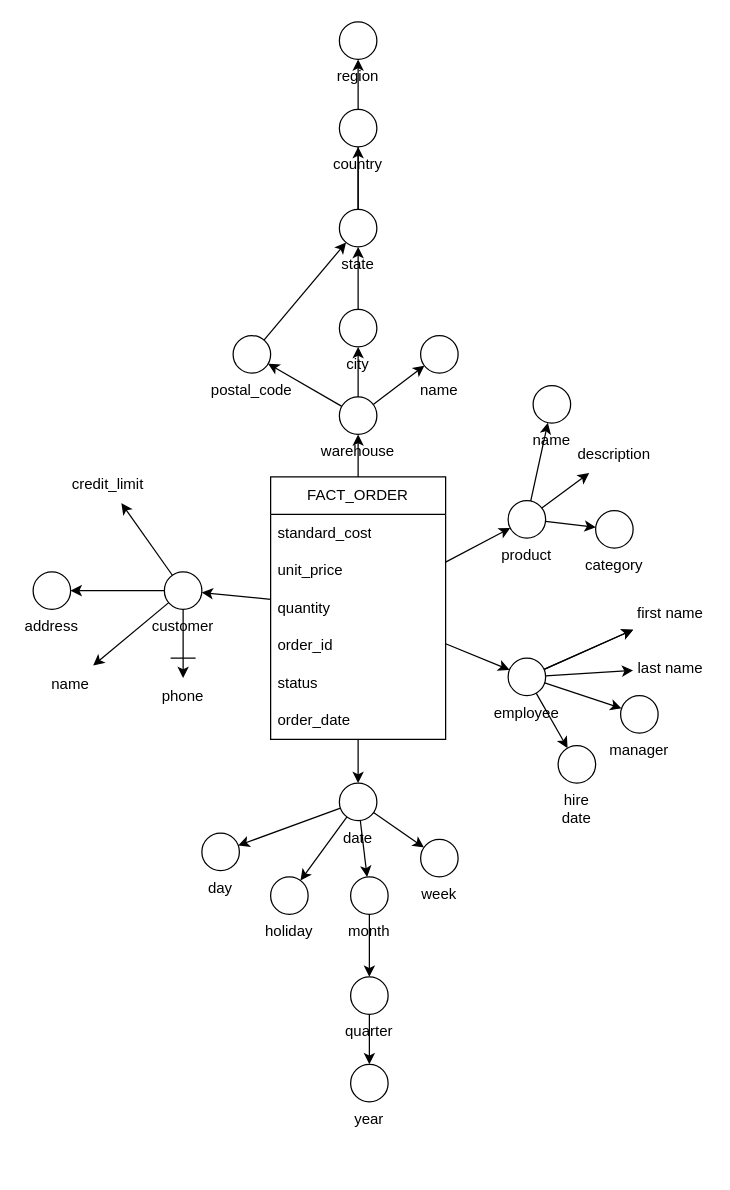
joaobraganca555/GlobalTech_ETL keeps this draw.io diagram as page "ORDER_FACTS" (1 of 4) of docs/DFM.drawio. Above is the earlier version. Source tidied: cells renumbered, new cells numbered last; positions are measured from the earlier drawing's top-left corner, leaving out a move shared by most shapes. Both pictures are drawn from the tidied source at 125%, with x=0, y=0 at pixel (32, 21).
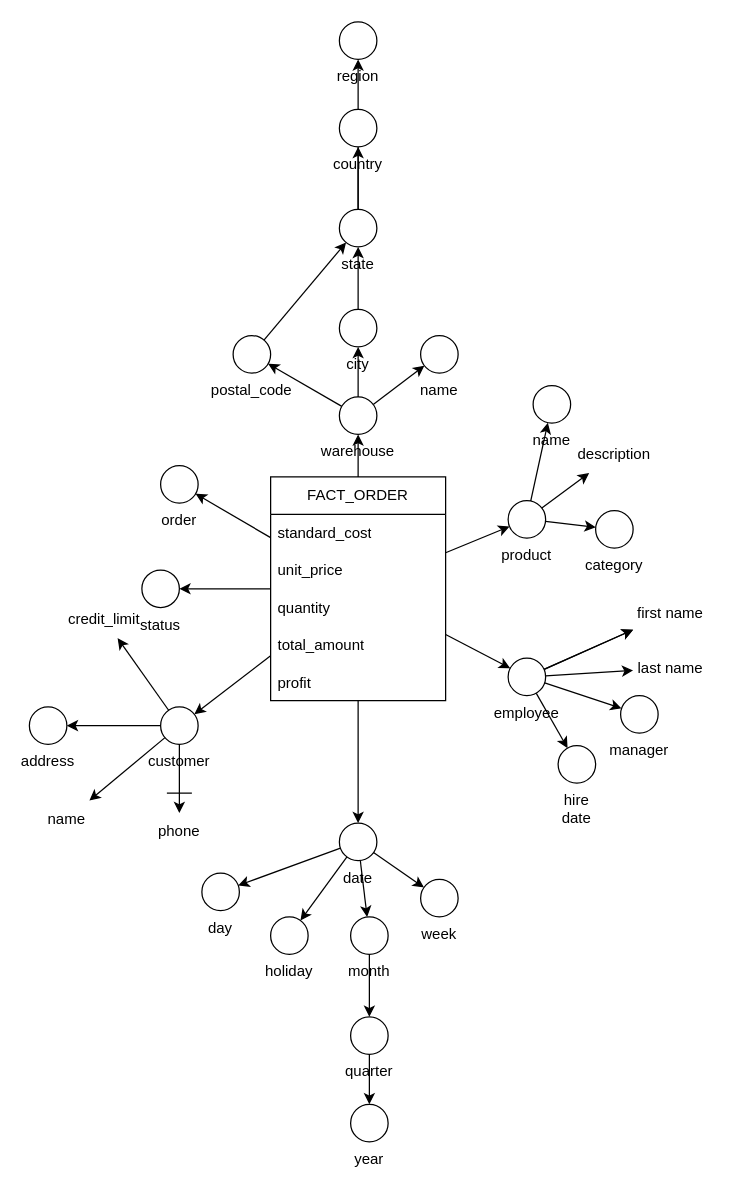
Above is the later version.

The edit, as a diff of the source:
```diff
@@
+    <mxCell id="69" style="rounded=0;jettySize=auto;html=1;" parent="1" edge="1" source="4" target="73">
+      <mxGeometry relative="1" as="geometry" />
+    </mxCell>
     <mxCell id="4" value="FACT_ORDER" style="swimlane;fontStyle=0;horizontal=1;startSize=30;whiteSpace=wrap;html=1;" parent="1" vertex="1">
-      <mxGeometry x="190" y="364" width="140" height="210" as="geometry" />
+      <mxGeometry x="190" y="364" width="140" height="179" as="geometry" />
     </mxCell>
@@
-    <mxCell id="8" value="order_id" style="text;strokeColor=none;fillColor=none;align=left;verticalAlign=middle;spacingLeft=4;spacingRight=4;overflow=hidden;whiteSpace=wrap;html=1;" parent="4" vertex="1">
-      <mxGeometry y="120" width="140" height="30" as="geometry" />
-    </mxCell>
-    <mxCell id="9" value="status" style="text;strokeColor=none;fillColor=none;align=left;verticalAlign=middle;spacingLeft=4;spacingRight=4;overflow=hidden;points=[[0,0.5],[1,0.5]];portConstraint=eastwest;whiteSpace=wrap;html=1;" parent="4" vertex="1">
-      <mxGeometry y="150" width="140" height="30" as="geometry" />
-    </mxCell>
-    <mxCell id="10" value="order_date" style="text;strokeColor=none;fillColor=none;align=left;verticalAlign=middle;spacingLeft=4;spacingRight=4;overflow=hidden;whiteSpace=wrap;html=1;" parent="4" vertex="1">
-      <mxGeometry y="180" width="140" height="30" as="geometry" />
-    </mxCell>
+    <mxCell id="70" value="total_amount" style="text;strokeColor=none;fillColor=none;align=left;verticalAlign=middle;spacingLeft=4;spacingRight=4;overflow=hidden;whiteSpace=wrap;html=1;" parent="4" vertex="1">
+      <mxGeometry y="120" width="140" height="30" as="geometry" />
+    </mxCell>
+    <mxCell id="71" value="profit" style="text;strokeColor=none;fillColor=none;align=left;verticalAlign=middle;spacingLeft=4;spacingRight=4;overflow=hidden;whiteSpace=wrap;html=1;" parent="4" vertex="1">
+      <mxGeometry y="150" width="140" height="29" as="geometry" />
+    </mxCell>
@@
     <mxCell id="18" value="customer" style="ellipse;whiteSpace=wrap;html=1;labelPosition=center;verticalLabelPosition=bottom;align=center;verticalAlign=top;labelBackgroundColor=none;" parent="1" vertex="1">
-      <mxGeometry x="105" y="440" width="30" height="30" as="geometry" />
+      <mxGeometry x="102" y="548" width="30" height="30" as="geometry" />
     </mxCell>
@@
     <mxCell id="20" value="address" style="ellipse;whiteSpace=wrap;html=1;labelPosition=center;verticalLabelPosition=bottom;align=center;verticalAlign=top;labelBackgroundColor=none;" parent="1" vertex="1">
-      <mxGeometry y="440" width="30" height="30" as="geometry" />
+      <mxGeometry x="-3" y="548" width="30" height="30" as="geometry" />
     </mxCell>
@@
     <mxCell id="35" value="credit_limit" style="text;html=1;strokeColor=none;fillColor=none;align=center;verticalAlign=middle;whiteSpace=wrap;rounded=0;labelBackgroundColor=none;fontStyle=0;fontColor=#000000;" parent="1" vertex="1">
-      <mxGeometry x="30" y="355" width="60" height="30" as="geometry" />
+      <mxGeometry x="27" y="463" width="60" height="30" as="geometry" />
     </mxCell>
@@
     <mxCell id="37" value="name" style="text;html=1;strokeColor=none;fillColor=none;align=center;verticalAlign=middle;whiteSpace=wrap;rounded=0;labelBackgroundColor=none;" parent="1" vertex="1">
-      <mxGeometry y="515" width="60" height="30" as="geometry" />
+      <mxGeometry x="-3" y="623" width="60" height="30" as="geometry" />
     </mxCell>
@@
     <mxCell id="39" value="phone" style="text;html=1;strokeColor=none;fillColor=none;align=center;verticalAlign=middle;whiteSpace=wrap;rounded=0;labelBackgroundColor=none;" parent="1" vertex="1">
-      <mxGeometry x="90" y="525" width="60" height="30" as="geometry" />
+      <mxGeometry x="87" y="633" width="60" height="30" as="geometry" />
     </mxCell>
@@
     <mxCell id="45" value="date" style="ellipse;whiteSpace=wrap;html=1;labelPosition=center;verticalLabelPosition=bottom;align=center;verticalAlign=top;" parent="1" vertex="1">
-      <mxGeometry x="245" y="609" width="30" height="30" as="geometry" />
+      <mxGeometry x="245" y="641" width="30" height="30" as="geometry" />
     </mxCell>
     <mxCell id="46" value="day" style="ellipse;whiteSpace=wrap;html=1;labelPosition=center;verticalLabelPosition=bottom;align=center;verticalAlign=top;" parent="1" vertex="1">
-      <mxGeometry x="135" y="649" width="30" height="30" as="geometry" />
+      <mxGeometry x="135" y="681" width="30" height="30" as="geometry" />
     </mxCell>
     <mxCell id="47" value="week" style="ellipse;whiteSpace=wrap;html=1;labelPosition=center;verticalLabelPosition=bottom;align=center;verticalAlign=top;" parent="1" vertex="1">
-      <mxGeometry x="310" y="654" width="30" height="30" as="geometry" />
+      <mxGeometry x="310" y="686" width="30" height="30" as="geometry" />
     </mxCell>
@@
     <mxCell id="49" value="month" style="ellipse;whiteSpace=wrap;html=1;labelPosition=center;verticalLabelPosition=bottom;align=center;verticalAlign=top;" parent="1" vertex="1">
-      <mxGeometry x="254" y="684" width="30" height="30" as="geometry" />
+      <mxGeometry x="254" y="716" width="30" height="30" as="geometry" />
     </mxCell>
@@
     <mxCell id="51" value="quarter" style="ellipse;whiteSpace=wrap;html=1;labelPosition=center;verticalLabelPosition=bottom;align=center;verticalAlign=top;" parent="1" vertex="1">
-      <mxGeometry x="254" y="764" width="30" height="30" as="geometry" />
+      <mxGeometry x="254" y="796" width="30" height="30" as="geometry" />
     </mxCell>
     <mxCell id="52" value="year" style="ellipse;whiteSpace=wrap;html=1;labelPosition=center;verticalLabelPosition=bottom;align=center;verticalAlign=top;" parent="1" vertex="1">
-      <mxGeometry x="254" y="834" width="30" height="30" as="geometry" />
+      <mxGeometry x="254" y="866" width="30" height="30" as="geometry" />
     </mxCell>
     <mxCell id="53" value="holiday" style="ellipse;whiteSpace=wrap;html=1;labelPosition=center;verticalLabelPosition=bottom;align=center;verticalAlign=top;" parent="1" vertex="1">
-      <mxGeometry x="190" y="684" width="30" height="30" as="geometry" />
+      <mxGeometry x="190" y="716" width="30" height="30" as="geometry" />
     </mxCell>
@@
     <mxCell id="68" style="endArrow=none;html=1;rounded=0;fontColor=#000000;" parent="1" edge="1">
       <mxGeometry relative="1" as="geometry">
-        <mxPoint x="130" y="509" as="sourcePoint" />
-        <mxPoint x="110" y="509" as="targetPoint" />
+        <mxPoint x="127" y="617" as="sourcePoint" />
+        <mxPoint x="107" y="617" as="targetPoint" />
         <Array as="points">
-          <mxPoint x="120" y="509" />
+          <mxPoint x="117" y="617" />
         </Array>
       </mxGeometry>
     </mxCell>
+    <mxCell id="72" style="edgeStyle=none;rounded=0;jettySize=auto;html=1;" parent="1" edge="1" source="4" target="9">
+      <mxGeometry relative="1" as="geometry" />
+    </mxCell>
+    <mxCell id="73" value="order" style="ellipse;whiteSpace=wrap;html=1;labelPosition=center;verticalLabelPosition=bottom;align=center;verticalAlign=top;labelBackgroundColor=none;" parent="1" vertex="1">
+      <mxGeometry x="102" y="355" width="30" height="30" as="geometry" />
+    </mxCell>
+    <mxCell id="9" value="status" style="ellipse;whiteSpace=wrap;html=1;labelPosition=center;verticalLabelPosition=bottom;align=center;verticalAlign=top;labelBackgroundColor=none;" parent="1" vertex="1">
+      <mxGeometry x="87" y="438.5" width="30" height="30" as="geometry" />
+    </mxCell>
```
